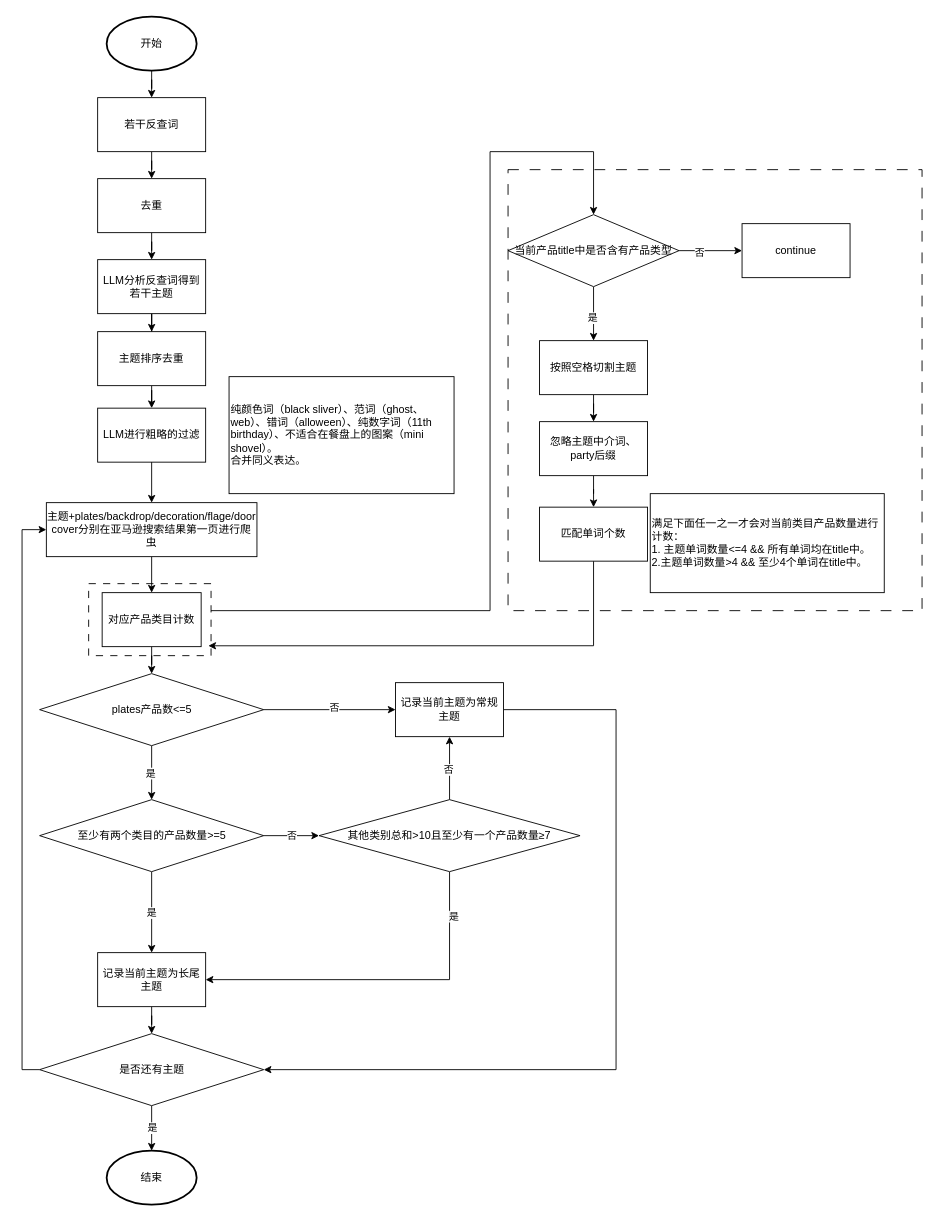
The draw.io diagram 长尾词判断流程.drawio in sinzyh/draw.io, before the edit. Source tidied: cells renumbered, new cells numbered last; positions are measured from the earlier drawing's top-left corner, leaving out a move shared by most shapes. Both pictures are drawn from the tidied source at 90%, with x=0, y=0 at pixel (22, 16).
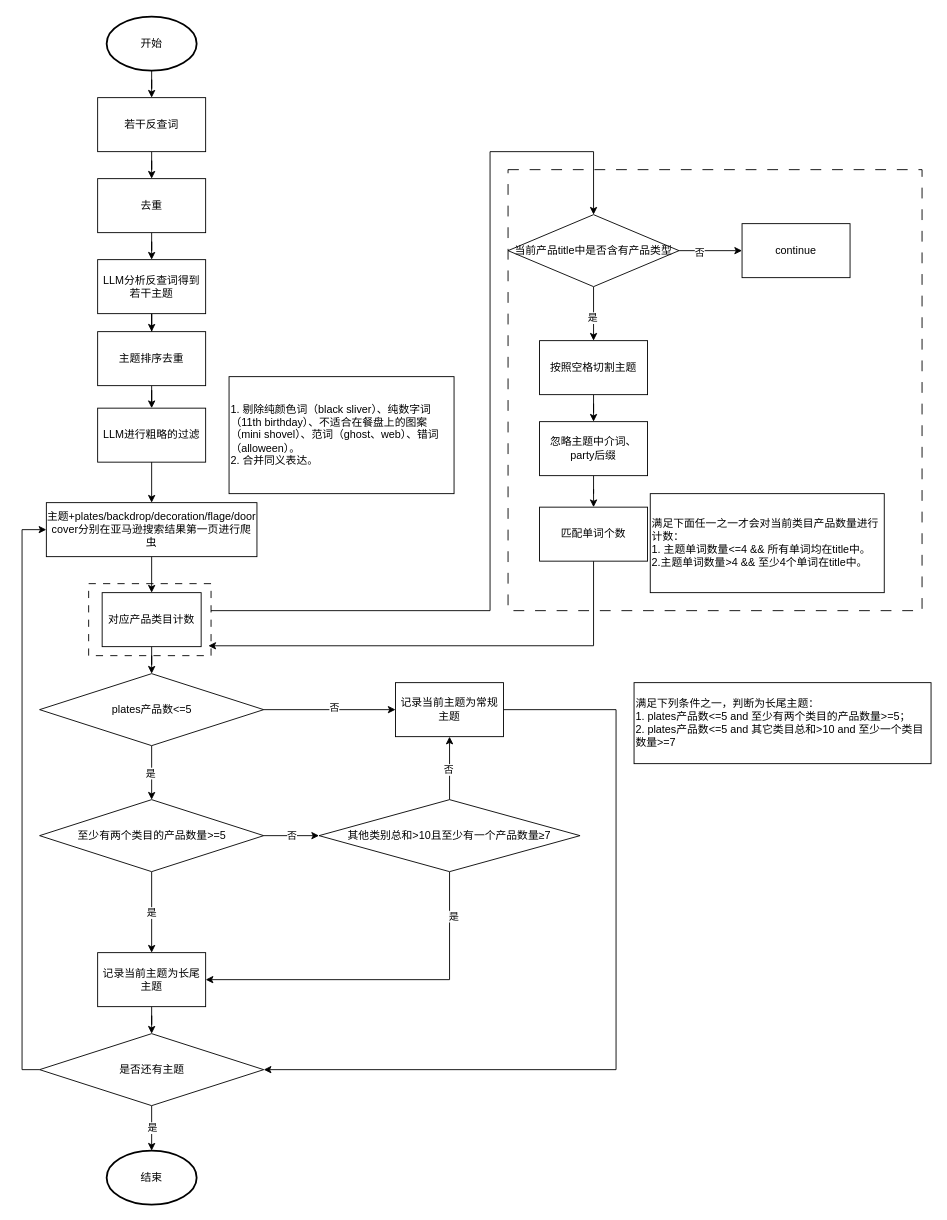
After the change.

Commit message:
更新长尾词判断流程.drawio

The change refers to these unchanged cells:
```xml
<mxCell id="5" style="group;" parent="1" vertex="1">
  <mxGeometry x="84" y="400" width="396" height="130" as="geometry" />
</mxCell>
```

The edit, as a diff of the source:
```diff
@@
-    <mxCell id="7" value="纯颜色词（black sliver）、范词（ghost、web）、错词（alloween）、纯数字词（11th birthday）、不适合在餐盘上的图案（mini shovel）。&lt;div&gt;合并同义表达。&lt;/div&gt;" style="text;html=1;whiteSpace=wrap;strokeColor=default;fillColor=none;align=left;verticalAlign=middle;rounded=0;" parent="5" vertex="1">
+    <mxCell id="7" value="1. 剔除纯颜色词（black sliver）、纯数字词（11th birthday）、不适合在餐盘上的图案（mini shovel）、范词（ghost、web）、错词（alloween）。&lt;div&gt;2. 合并同义表达。&lt;/div&gt;" style="text;html=1;whiteSpace=wrap;strokeColor=default;fillColor=none;align=left;verticalAlign=middle;rounded=0;" parent="5" vertex="1">
       <mxGeometry x="146" width="250" height="130" as="geometry" />
     </mxCell>
@@
+    <mxCell id="60" value="满足下列条件之一，判断为长尾主题：&lt;br&gt;1. plates产品数&amp;lt;=5 and 至少有两个类目的产品数量&amp;gt;=5；&lt;br&gt;2. plates产品数&amp;lt;=5 and 其它类目总和&amp;gt;10 and 至少一个类目数量&amp;gt;=7" style="whiteSpace=wrap;html=1;align=left;" parent="1" vertex="1">
+      <mxGeometry x="680" y="740" width="330" height="90" as="geometry" />
+    </mxCell>
```
